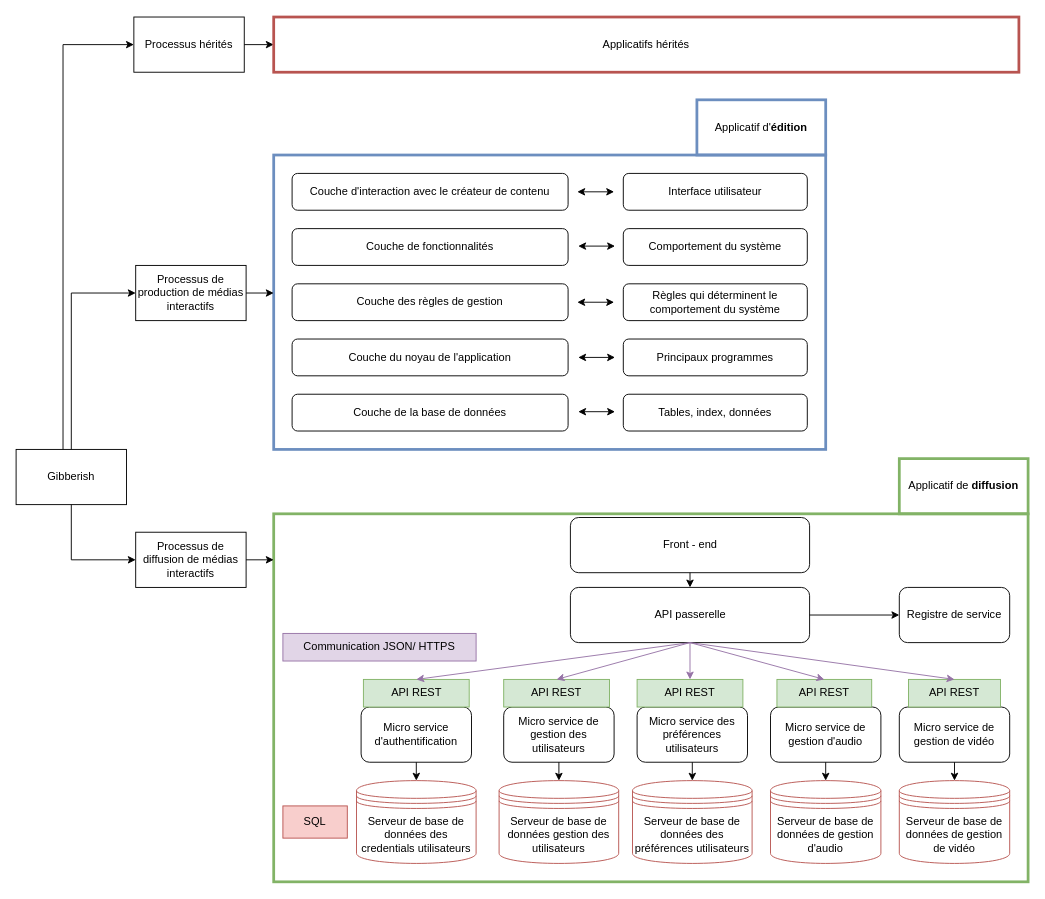
This is GibberiashTargetApplicativeArchitecture.drawio from cjour/audit_logistics, a draw.io file, before an edit. Source tidied: cells renumbered, new cells numbered last; positions are measured from the earlier drawing's top-left corner, leaving out a move shared by most shapes. Both pictures are drawn from the tidied source at 92%, with x=0, y=0 at pixel (16, 17).
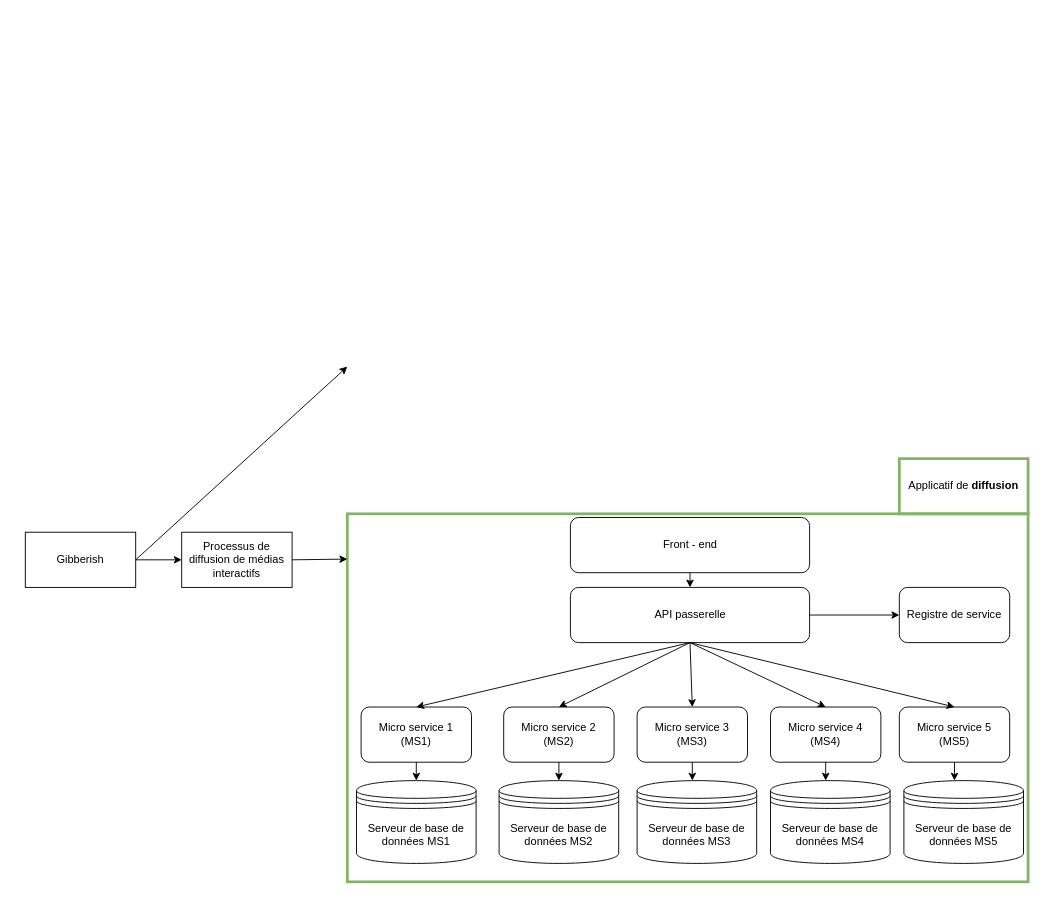
The same diagram, later.

Commit message (it also covers changes not shown here):
Mettre à jour GibberiashTargetApplicativeArchitecture.drawio

The change refers to these unchanged cells:
```xml
<mxCell id="27" value="API passerelle" style="rounded=1;whiteSpace=wrap;html=1;" parent="1" vertex="1">
  <mxGeometry x="602.5" y="620" width="260" height="60" as="geometry" />
</mxCell>
```

Change to the diagram source:
```diff
@@
-    <mxCell id="2" style="rounded=0;whiteSpace=wrap;html=1;fillColor=none;strokeColor=#6c8ebf;strokeWidth=3;" parent="1" vertex="1">
-      <mxGeometry x="280" y="150" width="600" height="320" as="geometry" />
-    </mxCell>
     <mxCell id="3" style="rounded=0;whiteSpace=wrap;html=1;strokeWidth=3;fillColor=none;strokeColor=#82b366;" parent="1" vertex="1">
-      <mxGeometry x="280" y="540" width="820" height="400" as="geometry" />
+      <mxGeometry x="360" y="540" width="740" height="400" as="geometry" />
     </mxCell>
-    <mxCell id="4" value="Couche d'interaction avec le créateur de contenu" style="rounded=1;whiteSpace=wrap;html=1;" parent="1" vertex="1">
-      <mxGeometry x="300" y="170" width="300" height="40" as="geometry" />
-    </mxCell>
-    <mxCell id="5" value="Couche de fonctionnalités" style="rounded=1;whiteSpace=wrap;html=1;" parent="1" vertex="1">
-      <mxGeometry x="300" y="230" width="300" height="40" as="geometry" />
-    </mxCell>
-    <mxCell id="6" value="Couche des règles de gestion" style="rounded=1;whiteSpace=wrap;html=1;" parent="1" vertex="1">
-      <mxGeometry x="300" y="290" width="300" height="40" as="geometry" />
-    </mxCell>
-    <mxCell id="7" value="Couche de la base de données" style="rounded=1;whiteSpace=wrap;html=1;" parent="1" vertex="1">
-      <mxGeometry x="300" y="410" width="300" height="40" as="geometry" />
-    </mxCell>
-    <mxCell id="8" value="Couche du noyau de l'application" style="rounded=1;whiteSpace=wrap;html=1;" parent="1" vertex="1">
-      <mxGeometry x="300" y="350" width="300" height="40" as="geometry" />
-    </mxCell>
-    <mxCell id="9" value="Interface utilisateur" style="rounded=1;whiteSpace=wrap;html=1;" parent="1" vertex="1">
-      <mxGeometry x="660" y="170" width="200" height="40" as="geometry" />
-    </mxCell>
-    <mxCell id="10" value="Comportement du système" style="rounded=1;whiteSpace=wrap;html=1;" parent="1" vertex="1">
-      <mxGeometry x="660" y="230" width="200" height="40" as="geometry" />
-    </mxCell>
-    <mxCell id="11" value="Règles qui déterminent le comportement du système" style="rounded=1;whiteSpace=wrap;html=1;" parent="1" vertex="1">
-      <mxGeometry x="660" y="290" width="200" height="40" as="geometry" />
-    </mxCell>
-    <mxCell id="12" value="Principaux programmes" style="rounded=1;whiteSpace=wrap;html=1;" parent="1" vertex="1">
-      <mxGeometry x="660" y="350" width="200" height="40" as="geometry" />
-    </mxCell>
-    <mxCell id="13" value="Tables, index, données" style="rounded=1;whiteSpace=wrap;html=1;" parent="1" vertex="1">
-      <mxGeometry x="660" y="410" width="200" height="40" as="geometry" />
-    </mxCell>
-    <mxCell id="14" style="endArrow=classic;startArrow=classic;html=1;rounded=0;" parent="1" edge="1">
-      <mxGeometry relative="1" as="geometry">
-        <mxPoint x="610" y="190" as="sourcePoint" />
-        <mxPoint x="650" y="190" as="targetPoint" />
-      </mxGeometry>
-    </mxCell>
-    <mxCell id="15" style="endArrow=classic;startArrow=classic;html=1;rounded=0;" parent="1" edge="1">
-      <mxGeometry relative="1" as="geometry">
-        <mxPoint x="611" y="249" as="sourcePoint" />
-        <mxPoint x="651" y="249" as="targetPoint" />
-      </mxGeometry>
-    </mxCell>
-    <mxCell id="16" style="endArrow=classic;startArrow=classic;html=1;rounded=0;" parent="1" edge="1">
-      <mxGeometry relative="1" as="geometry">
-        <mxPoint x="610" y="310" as="sourcePoint" />
-        <mxPoint x="650" y="310" as="targetPoint" />
-      </mxGeometry>
-    </mxCell>
-    <mxCell id="17" style="endArrow=classic;startArrow=classic;html=1;rounded=0;" parent="1" edge="1">
-      <mxGeometry relative="1" as="geometry">
-        <mxPoint x="611" y="370" as="sourcePoint" />
-        <mxPoint x="651" y="370" as="targetPoint" />
-      </mxGeometry>
-    </mxCell>
-    <mxCell id="18" style="endArrow=classic;startArrow=classic;html=1;rounded=0;" parent="1" edge="1">
-      <mxGeometry relative="1" as="geometry">
-        <mxPoint x="611" y="429" as="sourcePoint" />
-        <mxPoint x="651" y="429" as="targetPoint" />
-      </mxGeometry>
-    </mxCell>
-    <mxCell id="19" value="Applicatif d'&lt;b&gt;édition&lt;/b&gt;" style="rounded=0;whiteSpace=wrap;html=1;strokeWidth=3;fillColor=none;strokeColor=#6c8ebf;" parent="1" vertex="1">
-      <mxGeometry x="740" y="90" width="140" height="60" as="geometry" />
-    </mxCell>
@@
     <mxCell id="21" value="Gibberish" style="rounded=0;whiteSpace=wrap;html=1;strokeWidth=1;fillColor=none;" parent="1" vertex="1">
-      <mxGeometry y="470" width="120" height="60" as="geometry" />
+      <mxGeometry x="10" y="560" width="120" height="60" as="geometry" />
     </mxCell>
-    <mxCell id="22" value="Processus de production de médias interactifs" style="rounded=0;whiteSpace=wrap;html=1;strokeWidth=1;fillColor=none;" parent="1" vertex="1">
-      <mxGeometry x="130" y="270" width="120" height="60" as="geometry" />
-    </mxCell>
     <mxCell id="23" value="Processus de diffusion de médias interactifs" style="rounded=0;whiteSpace=wrap;html=1;strokeWidth=1;fillColor=none;" parent="1" vertex="1">
-      <mxGeometry x="130" y="560" width="120" height="60" as="geometry" />
+      <mxGeometry x="180" y="560" width="120" height="60" as="geometry" />
     </mxCell>
-    <mxCell id="24" style="endArrow=classic;html=1;rounded=0;exitX=0.5;exitY=0;exitDx=0;exitDy=0;entryX=0;entryY=0.5;entryDx=0;entryDy=0;" parent="1" edge="1" source="21" target="22">
-      <mxGeometry relative="1" as="geometry">
-        <Array as="points">
-          <mxPoint x="60" y="300" />
-        </Array>
-      </mxGeometry>
-    </mxCell>
-    <mxCell id="25" style="endArrow=classic;html=1;rounded=0;exitX=1;exitY=0.5;exitDx=0;exitDy=0;" parent="1" edge="1" source="22">
-      <mxGeometry relative="1" as="geometry">
-        <mxPoint x="280" y="300" as="targetPoint" />
-      </mxGeometry>
-    </mxCell>
-    <mxCell id="26" style="endArrow=classic;html=1;rounded=0;exitX=0.5;exitY=1;exitDx=0;exitDy=0;entryX=0;entryY=0.5;entryDx=0;entryDy=0;" parent="1" edge="1" source="21" target="23">
-      <mxGeometry relative="1" as="geometry">
-        <Array as="points">
-          <mxPoint x="60" y="590" />
-        </Array>
-      </mxGeometry>
-    </mxCell>
@@
-    <mxCell id="29" value="&lt;div&gt;Micro service d'authentification&lt;br&gt;&lt;/div&gt;" style="rounded=1;whiteSpace=wrap;html=1;" parent="1" vertex="1">
+    <mxCell id="29" value="&lt;div&gt;Micro service 1&lt;br&gt;(MS1)&lt;br&gt;&lt;/div&gt;" style="rounded=1;whiteSpace=wrap;html=1;" parent="1" vertex="1">
       <mxGeometry x="375" y="750" width="120" height="60" as="geometry" />
     </mxCell>
-    <mxCell id="30" value="&lt;div&gt;Micro service de gestion de vidéo&lt;br&gt;&lt;/div&gt;" style="rounded=1;whiteSpace=wrap;html=1;" parent="1" vertex="1">
+    <mxCell id="30" value="&lt;div&gt;Micro service 5&lt;br&gt;(MS5)&lt;br&gt;&lt;/div&gt;" style="rounded=1;whiteSpace=wrap;html=1;" parent="1" vertex="1">
       <mxGeometry x="960" y="750" width="120" height="60" as="geometry" />
     </mxCell>
-    <mxCell id="31" value="Serveur de base de données des credentials utilisateurs" style="shape=datastore;whiteSpace=wrap;html=1;fillColor=none;strokeColor=#b85450;" parent="1" vertex="1">
+    <mxCell id="31" value="Serveur de base de données MS1" style="shape=datastore;whiteSpace=wrap;html=1;fillColor=none;strokeColor=#000000;" parent="1" vertex="1">
       <mxGeometry x="370" y="830" width="130" height="90" as="geometry" />
     </mxCell>
-    <mxCell id="32" value="Serveur de base de données de gestion d'audio" style="shape=datastore;whiteSpace=wrap;html=1;fillColor=none;strokeColor=#b85450;" parent="1" vertex="1">
-      <mxGeometry x="820" y="830" width="120" height="90" as="geometry" />
-    </mxCell>
-    <mxCell id="33" value="Serveur de base de données de gestion de vidéo" style="shape=datastore;whiteSpace=wrap;html=1;fillColor=none;strokeColor=#b85450;" parent="1" vertex="1">
-      <mxGeometry x="960" y="830" width="120" height="90" as="geometry" />
-    </mxCell>
@@
-    <mxCell id="38" value="&lt;div&gt;Micro service de gestion d'audio&lt;br&gt;&lt;/div&gt;" style="rounded=1;whiteSpace=wrap;html=1;" parent="1" vertex="1">
+    <mxCell id="38" value="&lt;div&gt;Micro service 4&lt;br&gt;(MS4)&lt;br&gt;&lt;/div&gt;" style="rounded=1;whiteSpace=wrap;html=1;" parent="1" vertex="1">
       <mxGeometry x="820" y="750" width="120" height="60" as="geometry" />
     </mxCell>
-    <mxCell id="39" style="endArrow=classic;html=1;rounded=0;entryX=0.5;entryY=0;entryDx=0;entryDy=0;exitX=0.5;exitY=1;exitDx=0;exitDy=0;" parent="1" edge="1" source="38" target="32">
-      <mxGeometry relative="1" as="geometry" />
+    <mxCell id="39" style="endArrow=classic;html=1;rounded=0;entryX=0.5;entryY=0;entryDx=0;entryDy=0;exitX=0.5;exitY=1;exitDx=0;exitDy=0;" parent="1" edge="1" source="38">
+      <mxGeometry relative="1" as="geometry">
+        <mxPoint x="880" y="830" as="targetPoint" />
+      </mxGeometry>
     </mxCell>
-    <mxCell id="40" style="endArrow=classic;html=1;rounded=0;entryX=0.5;entryY=0;entryDx=0;entryDy=0;exitX=0.5;exitY=1;exitDx=0;exitDy=0;" parent="1" edge="1" source="30" target="33">
-      <mxGeometry relative="1" as="geometry" />
+    <mxCell id="40" style="endArrow=classic;html=1;rounded=0;entryX=0.5;entryY=0;entryDx=0;entryDy=0;exitX=0.5;exitY=1;exitDx=0;exitDy=0;" parent="1" edge="1" source="30">
+      <mxGeometry relative="1" as="geometry">
+        <mxPoint x="1020" y="830" as="targetPoint" />
+      </mxGeometry>
     </mxCell>
-    <mxCell id="41" value="&lt;div&gt;Micro service de gestion des utilisateurs&lt;br&gt;&lt;/div&gt;" style="rounded=1;whiteSpace=wrap;html=1;" parent="1" vertex="1">
+    <mxCell id="41" value="&lt;div&gt;Micro service 2&lt;br&gt;(MS2)&lt;br&gt;&lt;/div&gt;" style="rounded=1;whiteSpace=wrap;html=1;" parent="1" vertex="1">
       <mxGeometry x="530" y="750" width="120" height="60" as="geometry" />
     </mxCell>
-    <mxCell id="42" value="Serveur de base de données gestion des utilisateurs" style="shape=datastore;whiteSpace=wrap;html=1;fillColor=none;strokeColor=#b85450;" parent="1" vertex="1">
-      <mxGeometry x="525" y="830" width="130" height="90" as="geometry" />
-    </mxCell>
-    <mxCell id="43" style="endArrow=classic;html=1;rounded=0;entryX=0.5;entryY=0;entryDx=0;entryDy=0;exitX=0.5;exitY=1;exitDx=0;exitDy=0;" parent="1" edge="1" source="41" target="42">
-      <mxGeometry relative="1" as="geometry" />
+    <mxCell id="43" style="endArrow=classic;html=1;rounded=0;entryX=0.5;entryY=0;entryDx=0;entryDy=0;exitX=0.5;exitY=1;exitDx=0;exitDy=0;" parent="1" edge="1" source="41">
+      <mxGeometry relative="1" as="geometry">
+        <mxPoint x="590" y="830" as="targetPoint" />
+      </mxGeometry>
     </mxCell>
-    <mxCell id="44" value="&lt;div&gt;Micro service des préférences utilisateurs&lt;br&gt;&lt;/div&gt;" style="rounded=1;whiteSpace=wrap;html=1;" parent="1" vertex="1">
+    <mxCell id="44" value="&lt;div&gt;Micro service 3&lt;br&gt;(MS3)&lt;br&gt;&lt;/div&gt;" style="rounded=1;whiteSpace=wrap;html=1;" parent="1" vertex="1">
       <mxGeometry x="675" y="750" width="120" height="60" as="geometry" />
     </mxCell>
-    <mxCell id="45" value="Serveur de base de données des préférences utilisateurs" style="shape=datastore;whiteSpace=wrap;html=1;fillColor=none;strokeColor=#b85450;" parent="1" vertex="1">
-      <mxGeometry x="670" y="830" width="130" height="90" as="geometry" />
-    </mxCell>
-    <mxCell id="46" style="endArrow=classic;html=1;rounded=0;entryX=0.5;entryY=0;entryDx=0;entryDy=0;exitX=0.5;exitY=1;exitDx=0;exitDy=0;" parent="1" edge="1" source="44" target="45">
-      <mxGeometry relative="1" as="geometry" />
+    <mxCell id="46" style="endArrow=classic;html=1;rounded=0;entryX=0.5;entryY=0;entryDx=0;entryDy=0;exitX=0.5;exitY=1;exitDx=0;exitDy=0;" parent="1" edge="1" source="44">
+      <mxGeometry relative="1" as="geometry">
+        <mxPoint x="735" y="830" as="targetPoint" />
+      </mxGeometry>
     </mxCell>
-    <mxCell id="47" style="endArrow=classic;html=1;rounded=0;entryX=0.5;entryY=0;entryDx=0;entryDy=0;exitX=0.5;exitY=1;exitDx=0;exitDy=0;startArrow=none;" parent="1" edge="1" source="48" target="29">
-      <mxGeometry relative="1" as="geometry" />
+    <mxCell id="47" style="endArrow=classic;html=1;rounded=0;entryX=0.5;entryY=0;entryDx=0;entryDy=0;exitX=0.5;exitY=1;exitDx=0;exitDy=0;startArrow=none;" parent="1" edge="1" target="29">
+      <mxGeometry relative="1" as="geometry">
+        <mxPoint x="435" y="750" as="sourcePoint" />
+      </mxGeometry>
     </mxCell>
-    <mxCell id="48" value="API REST" style="rounded=0;whiteSpace=wrap;html=1;fillColor=#d5e8d4;strokeColor=#82b366;" parent="1" vertex="1">
-      <mxGeometry x="377.5" y="720" width="115" height="30" as="geometry" />
-    </mxCell>
-    <mxCell id="49" style="endArrow=classic;html=1;rounded=0;entryX=0.5;entryY=0;entryDx=0;entryDy=0;exitX=0.5;exitY=1;exitDx=0;exitDy=0;fillColor=#e1d5e7;strokeColor=#9673a6;" parent="1" edge="1" source="27" target="48">
+    <mxCell id="49" style="endArrow=classic;html=1;rounded=0;entryX=0.5;entryY=0;entryDx=0;entryDy=0;exitX=0.5;exitY=1;exitDx=0;exitDy=0;fillColor=#e1d5e7;strokeColor=#000000;" parent="1" edge="1" source="27" target="29">
       <mxGeometry relative="1" as="geometry" />
     </mxCell>
-    <mxCell id="50" value="API REST" style="rounded=0;whiteSpace=wrap;html=1;fillColor=#d5e8d4;strokeColor=#82b366;" parent="1" vertex="1">
-      <mxGeometry x="530" y="720" width="115" height="30" as="geometry" />
-    </mxCell>
-    <mxCell id="51" style="endArrow=classic;html=1;rounded=0;entryX=0.5;entryY=0;entryDx=0;entryDy=0;exitX=0.5;exitY=1;exitDx=0;exitDy=0;fillColor=#e1d5e7;strokeColor=#9673a6;" parent="1" edge="1" source="27" target="50">
+    <mxCell id="51" style="endArrow=classic;html=1;rounded=0;entryX=0.5;entryY=0;entryDx=0;entryDy=0;exitX=0.5;exitY=1;exitDx=0;exitDy=0;fillColor=#e1d5e7;strokeColor=#000000;" parent="1" edge="1" source="27" target="41">
       <mxGeometry relative="1" as="geometry" />
     </mxCell>
-    <mxCell id="52" value="API REST" style="rounded=0;whiteSpace=wrap;html=1;fillColor=#d5e8d4;strokeColor=#82b366;" parent="1" vertex="1">
-      <mxGeometry x="675" y="720" width="115" height="30" as="geometry" />
-    </mxCell>
-    <mxCell id="53" style="endArrow=classic;html=1;rounded=0;entryX=0.5;entryY=0;entryDx=0;entryDy=0;exitX=0.5;exitY=1;exitDx=0;exitDy=0;fillColor=#e1d5e7;strokeColor=#9673a6;" parent="1" edge="1" source="27" target="52">
+    <mxCell id="53" style="endArrow=classic;html=1;rounded=0;entryX=0.5;entryY=0;entryDx=0;entryDy=0;exitX=0.5;exitY=1;exitDx=0;exitDy=0;fillColor=#e1d5e7;strokeColor=#000000;" parent="1" edge="1" source="27" target="44">
       <mxGeometry relative="1" as="geometry" />
     </mxCell>
-    <mxCell id="54" value="API REST" style="rounded=0;whiteSpace=wrap;html=1;fillColor=#d5e8d4;strokeColor=#82b366;" parent="1" vertex="1">
-      <mxGeometry x="827" y="720" width="103" height="30" as="geometry" />
-    </mxCell>
-    <mxCell id="55" style="endArrow=classic;html=1;rounded=0;entryX=0.5;entryY=0;entryDx=0;entryDy=0;exitX=0.5;exitY=1;exitDx=0;exitDy=0;fillColor=#e1d5e7;strokeColor=#9673a6;" parent="1" edge="1" source="27" target="54">
+    <mxCell id="55" style="endArrow=classic;html=1;rounded=0;entryX=0.5;entryY=0;entryDx=0;entryDy=0;exitX=0.5;exitY=1;exitDx=0;exitDy=0;fillColor=#e1d5e7;strokeColor=#000000;" parent="1" edge="1" source="27" target="38">
       <mxGeometry relative="1" as="geometry" />
     </mxCell>
-    <mxCell id="56" value="API REST" style="rounded=0;whiteSpace=wrap;html=1;fillColor=#d5e8d4;strokeColor=#82b366;" parent="1" vertex="1">
-      <mxGeometry x="970" y="720" width="100" height="30" as="geometry" />
-    </mxCell>
-    <mxCell id="57" style="endArrow=classic;html=1;rounded=0;entryX=0.5;entryY=0;entryDx=0;entryDy=0;exitX=0.5;exitY=1;exitDx=0;exitDy=0;fillColor=#e1d5e7;strokeColor=#9673a6;" parent="1" edge="1" source="27" target="56">
+    <mxCell id="57" style="endArrow=classic;html=1;rounded=0;entryX=0.5;entryY=0;entryDx=0;entryDy=0;exitX=0.5;exitY=1;exitDx=0;exitDy=0;fillColor=#e1d5e7;strokeColor=#000000;" parent="1" edge="1" source="27" target="30">
       <mxGeometry relative="1" as="geometry" />
     </mxCell>
-    <mxCell id="58" value="Communication JSON/ HTTPS" style="text;html=1;strokeColor=#9673a6;fillColor=#e1d5e7;align=center;verticalAlign=middle;whiteSpace=wrap;rounded=0;" parent="1" vertex="1">
-      <mxGeometry x="290" y="670" width="210" height="30" as="geometry" />
-    </mxCell>
-    <mxCell id="59" value="SQL" style="rounded=0;whiteSpace=wrap;html=1;fillColor=#f8cecc;strokeColor=#b85450;" parent="1" vertex="1">
-      <mxGeometry x="290" y="857.5" width="70" height="35" as="geometry" />
-    </mxCell>
-    <mxCell id="60" style="endArrow=classic;html=1;rounded=0;exitX=1;exitY=0.5;exitDx=0;exitDy=0;" parent="1" edge="1" source="23">
-      <mxGeometry relative="1" as="geometry">
-        <mxPoint x="280" y="590" as="targetPoint" />
-      </mxGeometry>
+    <mxCell id="60" style="endArrow=classic;html=1;rounded=0;exitX=1;exitY=0.5;exitDx=0;exitDy=0;entryX=0;entryY=0.123;entryDx=0;entryDy=0;entryPerimeter=0;" parent="1" edge="1" source="23" target="3">
+      <mxGeometry relative="1" as="geometry" />
     </mxCell>
-    <mxCell id="61" value="Processus hérités" style="rounded=0;whiteSpace=wrap;html=1;strokeWidth=1;fillColor=none;" parent="1" vertex="1">
-      <mxGeometry x="128" width="120" height="60" as="geometry" />
-    </mxCell>
-    <mxCell id="62" style="endArrow=classic;html=1;rounded=0;entryX=0;entryY=0.5;entryDx=0;entryDy=0;" parent="1" edge="1" target="61">
-      <mxGeometry relative="1" as="geometry">
-        <mxPoint x="51" y="470" as="sourcePoint" />
-        <Array as="points">
-          <mxPoint x="51" y="30" />
-        </Array>
-      </mxGeometry>
-    </mxCell>
-    <mxCell id="63" style="endArrow=classic;html=1;rounded=0;exitX=1;exitY=0.5;exitDx=0;exitDy=0;" parent="1" edge="1" source="61">
-      <mxGeometry relative="1" as="geometry">
-        <mxPoint x="280" y="30" as="targetPoint" />
-      </mxGeometry>
-    </mxCell>
-    <mxCell id="64" value="Applicatifs hérités" style="rounded=0;whiteSpace=wrap;html=1;fillColor=none;strokeColor=#b85450;strokeWidth=3;" parent="1" vertex="1">
-      <mxGeometry x="280" width="810" height="60" as="geometry" />
-    </mxCell>
+    <mxCell id="65" value="Serveur de base de données MS2" style="shape=datastore;whiteSpace=wrap;html=1;fillColor=none;strokeColor=#000000;" parent="1" vertex="1">
+      <mxGeometry x="525" y="830" width="130" height="90" as="geometry" />
+    </mxCell>
+    <mxCell id="66" value="Serveur de base de données MS3" style="shape=datastore;whiteSpace=wrap;html=1;fillColor=none;strokeColor=#000000;" parent="1" vertex="1">
+      <mxGeometry x="675" y="830" width="130" height="90" as="geometry" />
+    </mxCell>
+    <mxCell id="67" value="Serveur de base de données MS4" style="shape=datastore;whiteSpace=wrap;html=1;fillColor=none;strokeColor=#000000;" parent="1" vertex="1">
+      <mxGeometry x="820" y="830" width="130" height="90" as="geometry" />
+    </mxCell>
+    <mxCell id="68" value="Serveur de base de données MS5" style="shape=datastore;whiteSpace=wrap;html=1;fillColor=none;strokeColor=#000000;" parent="1" vertex="1">
+      <mxGeometry x="965" y="830" width="130" height="90" as="geometry" />
+    </mxCell>
+    <mxCell id="26" style="endArrow=classic;html=1;rounded=0;strokeColor=#000000;exitX=1;exitY=0.5;exitDx=0;exitDy=0;entryX=0;entryY=0.5;entryDx=0;entryDy=0;" parent="1" edge="1" source="21" target="23">
+      <mxGeometry relative="1" as="geometry" />
+    </mxCell>
+    <mxCell id="69" style="endArrow=classic;html=1;rounded=0;strokeColor=#000000;exitX=1;exitY=0.5;exitDx=0;exitDy=0;" parent="1" edge="1" source="21">
+      <mxGeometry relative="1" as="geometry">
+        <mxPoint x="360" y="380" as="targetPoint" />
+      </mxGeometry>
+    </mxCell>
```
